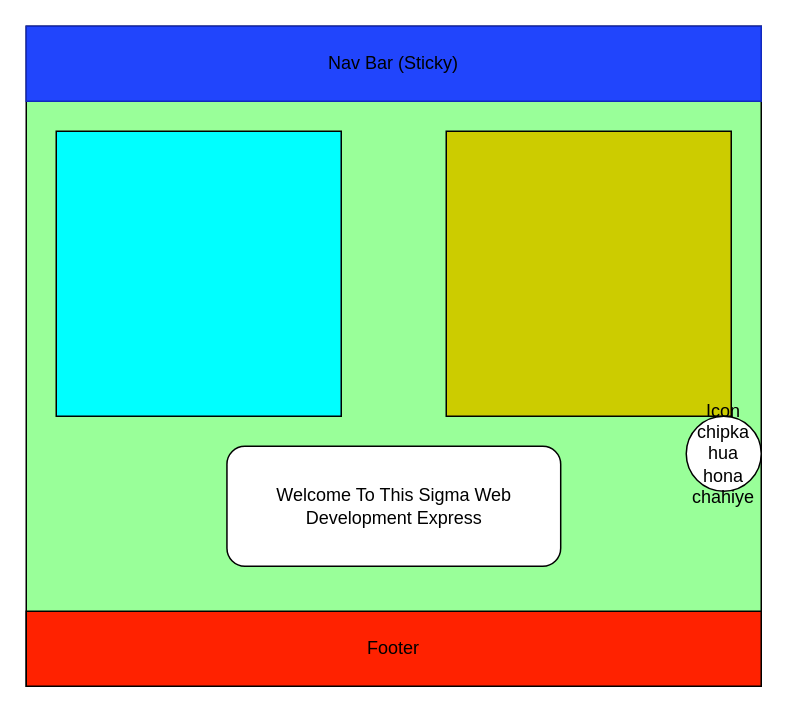
Earlier version of the draw.io diagram Untitled Diagram.drawio (Bhagat-Nirnay/Quick_Quiz). Source tidied: cells renumbered, new cells numbered last; positions are measured from the earlier drawing's top-left corner, leaving out a move shared by most shapes. Both pictures are drawn from the tidied source at 150%, with x=0, y=0 at pixel (26, 26).
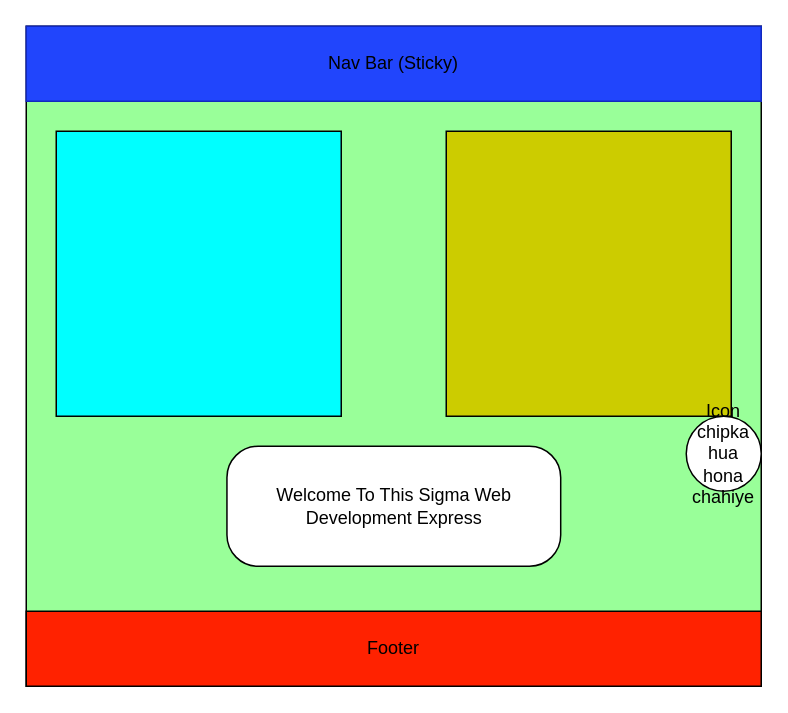
The same page after the edit.

The edit, as a diff of the source:
```diff
@@
 <mxGraphModel>
   <root>
     <mxCell id="0" />
     <mxCell id="1" parent="0" />
     <mxCell id="2" style="rounded=0;whiteSpace=wrap;html=1;fillColor=#99FF99;" parent="1" vertex="1">
       <mxGeometry width="490" height="440" as="geometry" />
     </mxCell>
     <mxCell id="3" value="Nav Bar (Sticky)" style="rounded=0;whiteSpace=wrap;html=1;fillColor=#2145FC;strokeColor=#1128BF;" parent="1" vertex="1">
       <mxGeometry width="490" height="50" as="geometry" />
     </mxCell>
     <mxCell id="4" style="whiteSpace=wrap;html=1;fillColor=#00FFFF;" parent="1" vertex="1">
       <mxGeometry x="20" y="70" width="190" height="190" as="geometry" />
     </mxCell>
     <mxCell id="5" style="whiteSpace=wrap;html=1;fillColor=#CCCC00;" parent="1" vertex="1">
       <mxGeometry x="280" y="70" width="190" height="190" as="geometry" />
     </mxCell>
     <mxCell id="6" value="Footer" style="rounded=0;whiteSpace=wrap;html=1;fillColor=#FF2200;" parent="1" vertex="1">
       <mxGeometry y="390" width="490" height="50" as="geometry" />
     </mxCell>
     <mxCell id="7" value="Icon chipka hua hona chahiye" style="ellipse;whiteSpace=wrap;html=1;" parent="1" vertex="1">
       <mxGeometry x="440" y="260" width="50" height="50" as="geometry" />
     </mxCell>
-    <mxCell id="8" value="Welcome To This Sigma Web Development Express" style="rounded=1;whiteSpace=wrap;html=1;" parent="1" vertex="1">
+    <mxCell id="8" value="Welcome To This Sigma Web Development Express" style="rounded=1;whiteSpace=wrap;html=1;arcSize=26;" parent="1" vertex="1">
       <mxGeometry x="133.8" y="280" width="222.5" height="80" as="geometry" />
     </mxCell>
   </root>
 </mxGraphModel>
```
